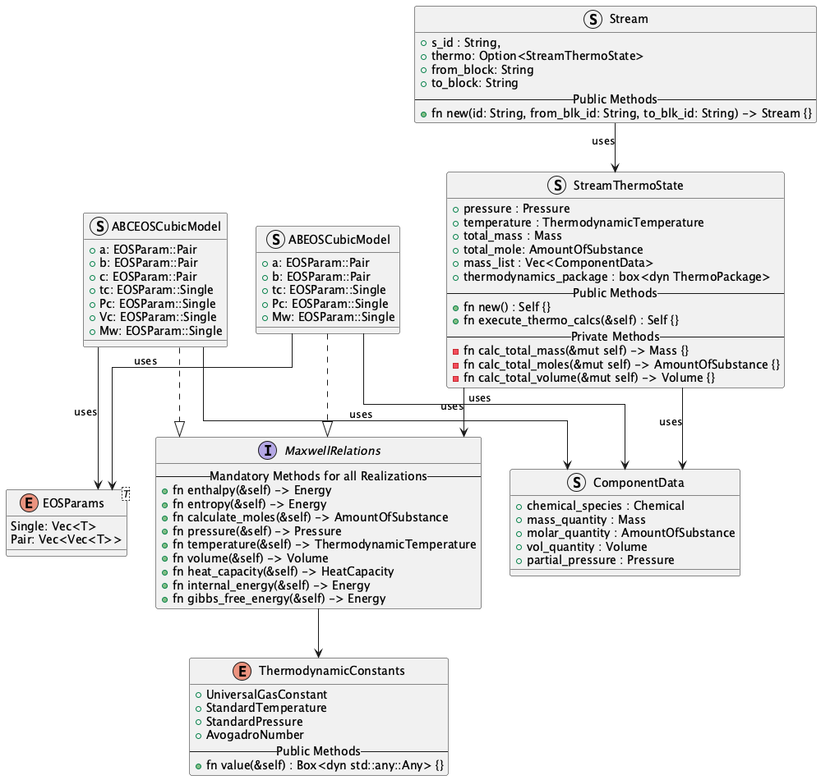
OSCPS-Project/OSCPS-UML keeps this PlantUML diagram as thermo-module/thermodynamics_module_class_diagram.png. Above is the earlier version.
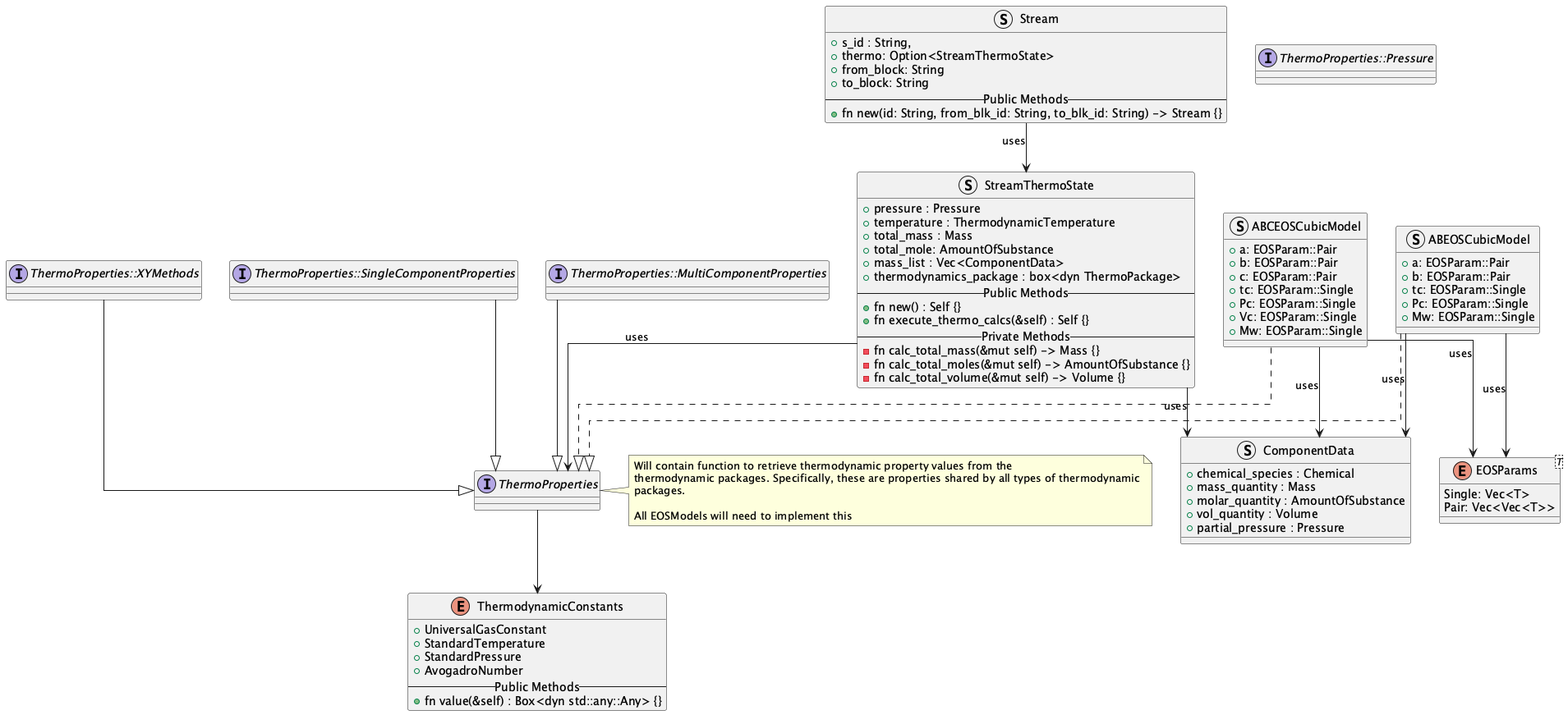
The same diagram one commit later.

Commit message:
cont. updating UML design for thermodynamics module

Change to the diagram source:
```diff
@@ -18,27 +18,50 @@
     Pair: Vec<Vec<T>>
 }
 
-Interface MaxwellRelations {
-    --Mandatory Methods for all Realizations--
-    + fn enthalpy(&self) -> Energy
-    + fn entropy(&self) -> Energy
-    + fn calculate_moles(&self) -> AmountOfSubstance
-    + fn pressure(&self) -> Pressure
-    + fn temperature(&self) -> ThermodynamicTemperature
-    + fn volume(&self) -> Volume
-    + fn heat_capacity(&self) -> HeatCapacity
-    + fn internal_energy(&self) -> Energy
-    + fn gibbs_free_energy(&self) -> Energy
+Interface ThermoProperties {
+
 }
 
-StreamThermoState --> MaxwellRelations :uses
-MaxwellRelations --> ThermodynamicConstants
+note right of ThermoProperties
+    Will contain function to retrieve thermodynamic property values from the
+    thermodynamic packages. Specifically, these are properties shared by all types of thermodynamic
+    packages.
+
+    All EOSModels will need to implement this
+end note
+
+Interface ThermoProperties::Pressure {
+
+}
+
+Interface ThermoProperties::XYMethods {
+
+}
+
+Interface ThermoProperties::SingleComponentProperties {
+
+}
+
+Interface ThermoProperties::MultiComponentProperties {
+
+}
+
+
+
+
+StreamThermoState --> ThermoProperties :uses
+ThermoProperties --> ThermodynamicConstants
+
+ThermoProperties::XYMethods --|> ThermoProperties
+ThermoProperties::SingleComponentProperties --|> ThermoProperties
+ThermoProperties::MultiComponentProperties --|> ThermoProperties
+
 
 ABEOSCubicModel --> EOSParams :uses
 ABCEOSCubicModel --> EOSParams :uses
 
-ABEOSCubicModel ..|> MaxwellRelations
-ABCEOSCubicModel ..|> MaxwellRelations
+ABEOSCubicModel ..|> ThermoProperties
+ABCEOSCubicModel ..|> ThermoProperties
 ABEOSCubicModel --> ComponentData :uses
 ABCEOSCubicModel --> ComponentData :uses
 
```
